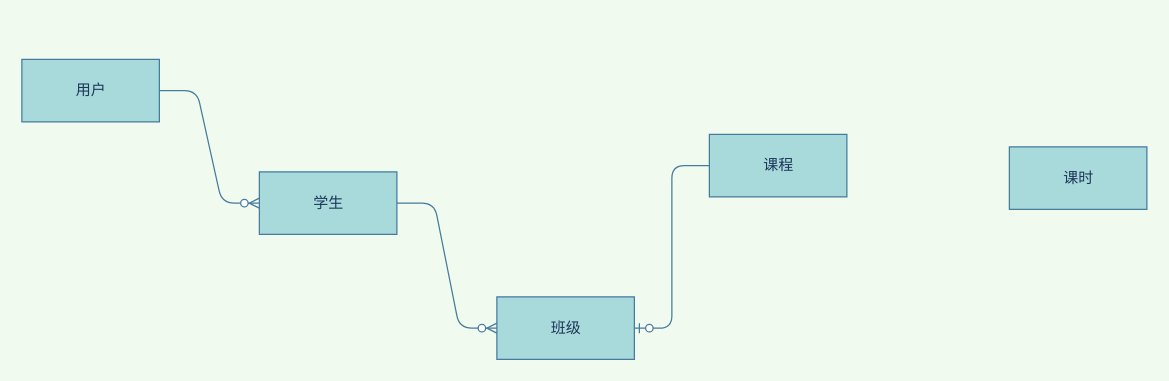
wangsenhehe/resources keeps this draw.io diagram as 火花思维/关键类图.drawio. Above is the earlier version. Source tidied: cells renumbered, new cells numbered last; positions are measured from the earlier drawing's top-left corner, leaving out a move shared by most shapes. Both pictures are drawn from the tidied source at 125%, with x=0, y=0 at pixel (21, 59).
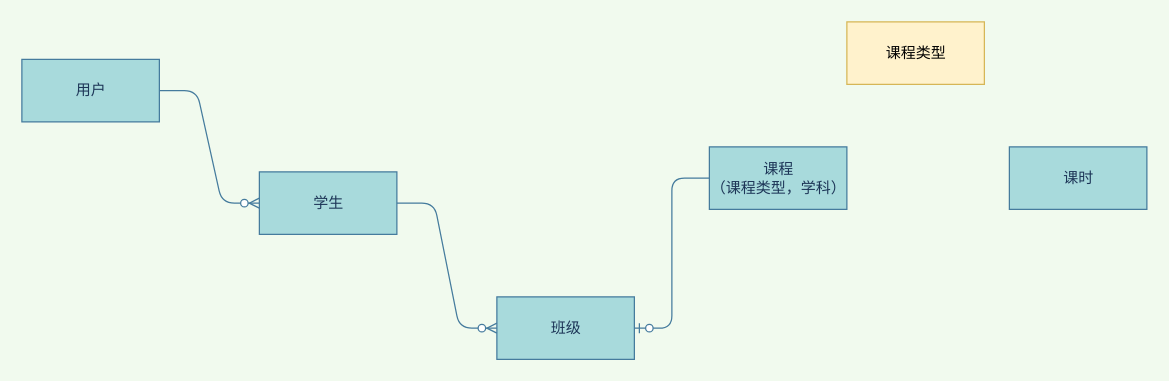
The same diagram, later.

Commit message (it also covers changes not shown here):
更新关键类图.drawio

The edit, as a diff of the source:
```diff
@@
 <mxGraphModel background="#F1FAEE">
   <root>
     <mxCell id="0" />
     <mxCell id="1" parent="0" />
-    <mxCell id="2" value="课程" style="html=1;fillColor=#A8DADC;strokeColor=#457B9D;fontColor=#1D3557;" parent="1" vertex="1">
-      <mxGeometry x="550" y="60" width="110" height="50" as="geometry" />
+    <mxCell id="2" value="课程&lt;br&gt;（课程类型，学科）" style="html=1;fillColor=#A8DADC;strokeColor=#457B9D;fontColor=#1D3557;" parent="1" vertex="1">
+      <mxGeometry x="550" y="70" width="110" height="50" as="geometry" />
     </mxCell>
     <mxCell id="3" value="学生" style="html=1;fillColor=#A8DADC;strokeColor=#457B9D;fontColor=#1D3557;" parent="1" vertex="1">
       <mxGeometry x="190" y="90" width="110" height="50" as="geometry" />
     </mxCell>
     <mxCell id="4" value="班级" style="html=1;fillColor=#A8DADC;strokeColor=#457B9D;fontColor=#1D3557;" parent="1" vertex="1">
       <mxGeometry x="380" y="190" width="110" height="50" as="geometry" />
     </mxCell>
     <mxCell id="5" value="课时" style="html=1;fillColor=#A8DADC;strokeColor=#457B9D;fontColor=#1D3557;" parent="1" vertex="1">
       <mxGeometry x="790" y="70" width="110" height="50" as="geometry" />
     </mxCell>
     <mxCell id="6" style="edgeStyle=entityRelationEdgeStyle;fontSize=12;html=1;endArrow=ERzeroToMany;endFill=1;strokeColor=#457B9D;fillColor=#A8DADC;entryX=0;entryY=0.5;entryDx=0;entryDy=0;" parent="1" edge="1" source="3" target="4">
       <mxGeometry relative="1" as="geometry" />
     </mxCell>
     <mxCell id="7" value="用户" style="html=1;rounded=0;sketch=0;strokeColor=#457B9D;fillColor=#A8DADC;fontColor=#1D3557;" parent="1" vertex="1">
       <mxGeometry width="110" height="50" as="geometry" />
     </mxCell>
     <mxCell id="8" style="edgeStyle=entityRelationEdgeStyle;fontSize=12;html=1;endArrow=ERzeroToMany;endFill=1;strokeColor=#457B9D;fillColor=#A8DADC;exitX=1;exitY=0.5;exitDx=0;exitDy=0;" parent="1" edge="1" source="7" target="3">
       <mxGeometry relative="1" as="geometry" />
     </mxCell>
     <mxCell id="9" style="edgeStyle=entityRelationEdgeStyle;fontSize=12;html=1;endArrow=ERzeroToOne;endFill=1;strokeColor=#457B9D;fillColor=#A8DADC;exitX=0;exitY=0.5;exitDx=0;exitDy=0;entryX=1;entryY=0.5;entryDx=0;entryDy=0;" parent="1" edge="1" source="2" target="4">
       <mxGeometry relative="1" as="geometry" />
     </mxCell>
+    <mxCell id="10" value="课程类型" style="html=1;rounded=0;sketch=0;strokeColor=#d6b656;fillColor=#fff2cc;" parent="1" vertex="1">
+      <mxGeometry x="660" y="-30" width="110" height="50" as="geometry" />
+    </mxCell>
   </root>
 </mxGraphModel>
```
